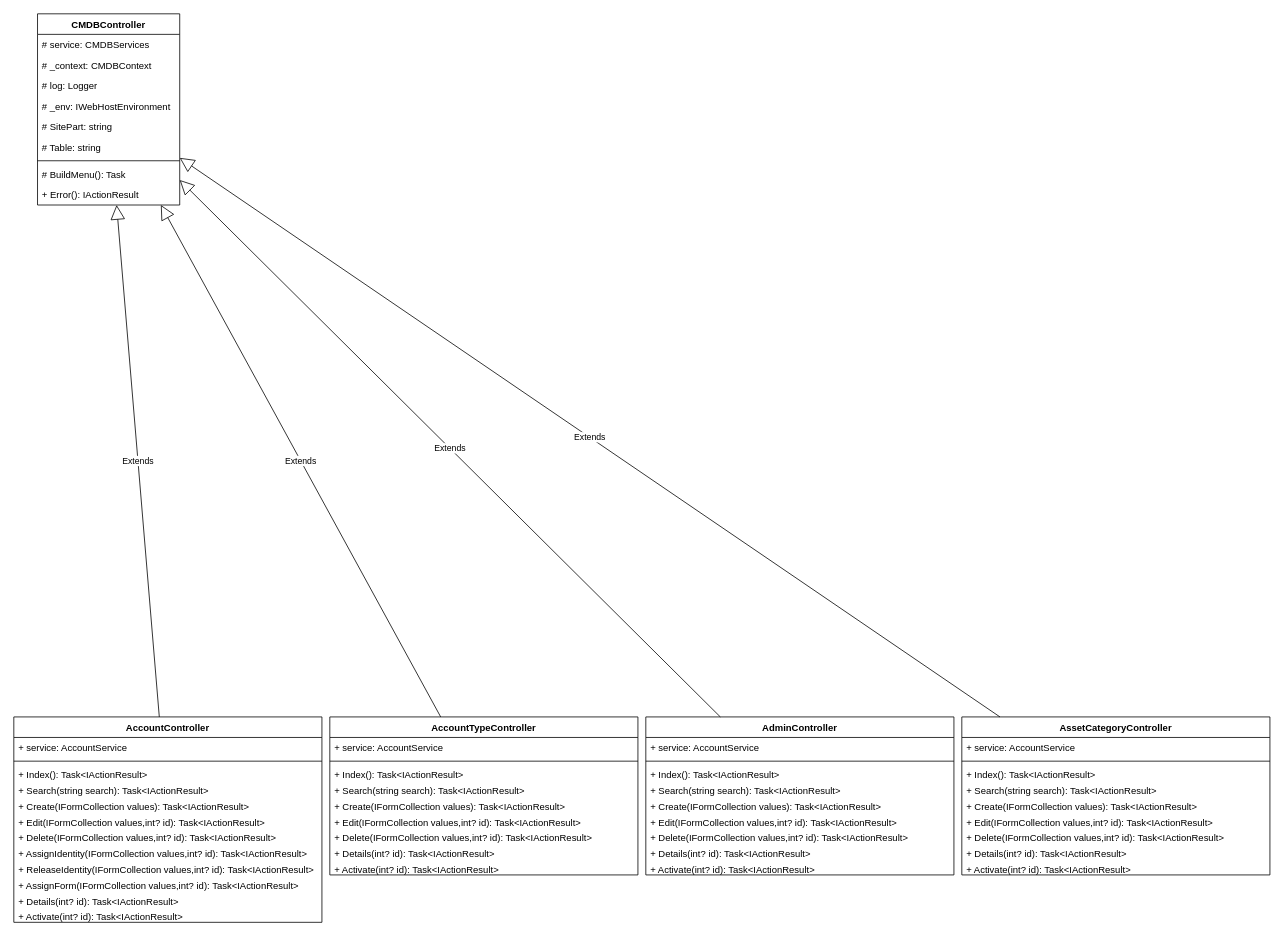
Above: page "Controllers" (3 of 4) of CMDB/CMDB/Documentation/CMDB-Class.drawio in HansColman45/PyCMDB (draw.io), before the change. Source tidied: cells renumbered, new cells numbered last; positions are measured from the earlier drawing's top-left corner, leaving out a move shared by most shapes. Both pictures are drawn from the tidied source at 79%, with x=0, y=0 at pixel (13, 13).
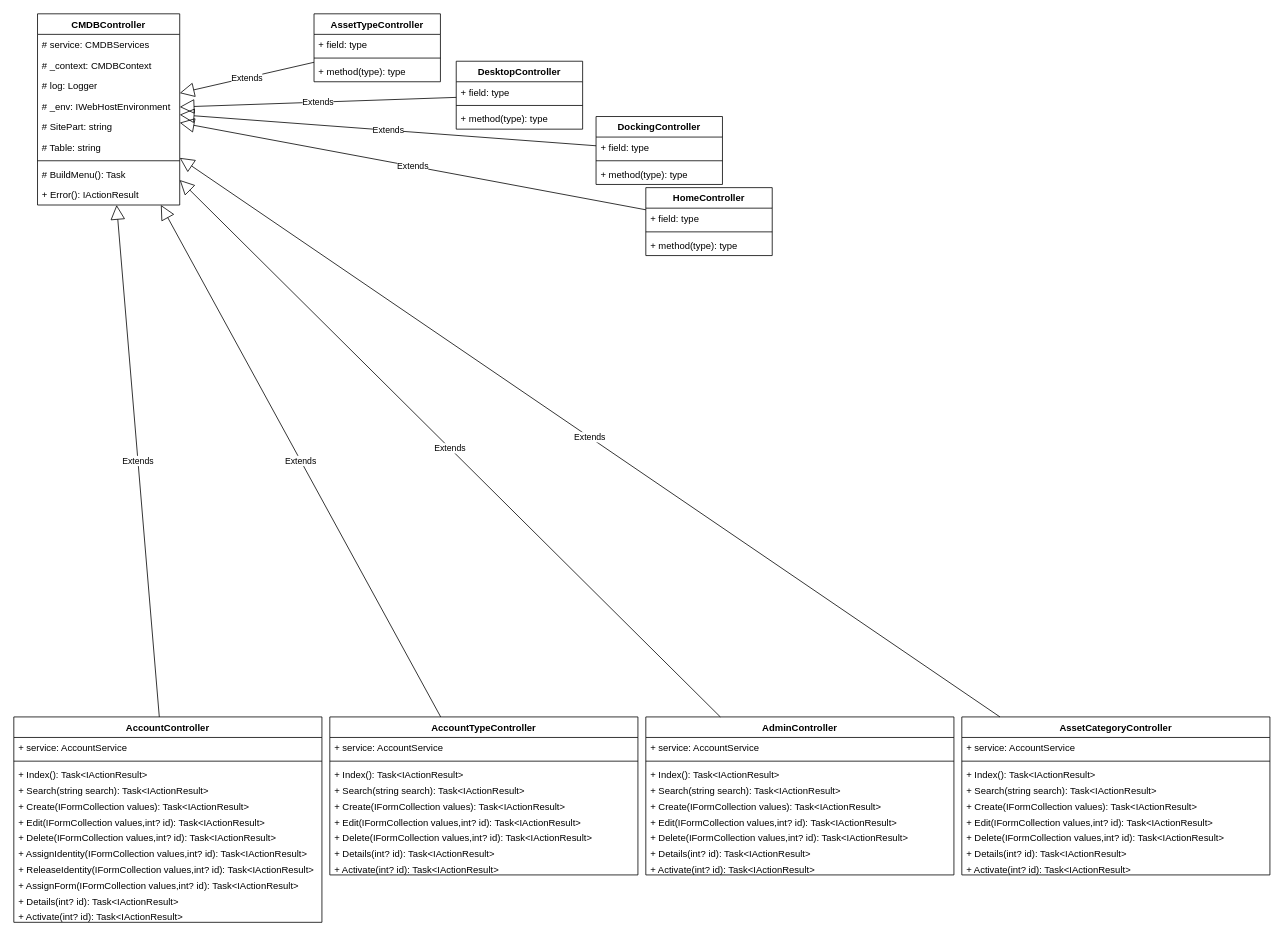
The same page after the edit.

The change refers to these unchanged cells:
```xml
<mxCell id="2" value="CMDBController" style="swimlane;fontStyle=1;align=center;verticalAlign=top;horizontal=1;startSize=26;" parent="1" vertex="1">
  <mxGeometry x="30" width="180" height="242" as="geometry" />
</mxCell>
```

Change to the diagram source:
```diff
@@
+    <mxCell id="59" value="AssetTypeController" style="swimlane;fontStyle=1;align=center;verticalAlign=top;horizontal=1;startSize=26;" parent="1" vertex="1">
+      <mxGeometry x="380" width="160" height="86" as="geometry" />
+    </mxCell>
+    <mxCell id="60" value="+ field: type" style="text;strokeColor=none;fillColor=none;align=left;verticalAlign=top;spacingLeft=4;spacingRight=4;overflow=hidden;" parent="59" vertex="1">
+      <mxGeometry y="26" width="160" height="26" as="geometry" />
+    </mxCell>
+    <mxCell id="61" style="line;strokeWidth=1;fillColor=none;align=left;verticalAlign=middle;spacingTop=-1;spacingLeft=3;spacingRight=3;labelPosition=right;" parent="59" vertex="1">
+      <mxGeometry y="52" width="160" height="8" as="geometry" />
+    </mxCell>
+    <mxCell id="62" value="+ method(type): type" style="text;strokeColor=none;fillColor=none;align=left;verticalAlign=top;spacingLeft=4;spacingRight=4;overflow=hidden;" parent="59" vertex="1">
+      <mxGeometry y="60" width="160" height="26" as="geometry" />
+    </mxCell>
+    <mxCell id="63" value="Extends" style="endArrow=block;endSize=16;endFill=0;html=1;" parent="1" edge="1" source="59" target="2">
+      <mxGeometry relative="1" as="geometry" />
+    </mxCell>
+    <mxCell id="64" value="DesktopController" style="swimlane;fontStyle=1;align=center;verticalAlign=top;horizontal=1;startSize=26;" parent="1" vertex="1">
+      <mxGeometry x="560" y="60" width="160" height="86" as="geometry" />
+    </mxCell>
+    <mxCell id="65" value="+ field: type" style="text;strokeColor=none;fillColor=none;align=left;verticalAlign=top;spacingLeft=4;spacingRight=4;overflow=hidden;" parent="64" vertex="1">
+      <mxGeometry y="26" width="160" height="26" as="geometry" />
+    </mxCell>
+    <mxCell id="66" style="line;strokeWidth=1;fillColor=none;align=left;verticalAlign=middle;spacingTop=-1;spacingLeft=3;spacingRight=3;labelPosition=right;" parent="64" vertex="1">
+      <mxGeometry y="52" width="160" height="8" as="geometry" />
+    </mxCell>
+    <mxCell id="67" value="+ method(type): type" style="text;strokeColor=none;fillColor=none;align=left;verticalAlign=top;spacingLeft=4;spacingRight=4;overflow=hidden;" parent="64" vertex="1">
+      <mxGeometry y="60" width="160" height="26" as="geometry" />
+    </mxCell>
+    <mxCell id="68" value="Extends" style="endArrow=block;endSize=16;endFill=0;html=1;" parent="1" edge="1" source="64" target="2">
+      <mxGeometry relative="1" as="geometry" />
+    </mxCell>
+    <mxCell id="69" value="DockingController" style="swimlane;fontStyle=1;align=center;verticalAlign=top;horizontal=1;startSize=26;" parent="1" vertex="1">
+      <mxGeometry x="737" y="130" width="160" height="86" as="geometry" />
+    </mxCell>
+    <mxCell id="70" value="+ field: type" style="text;strokeColor=none;fillColor=none;align=left;verticalAlign=top;spacingLeft=4;spacingRight=4;overflow=hidden;" parent="69" vertex="1">
+      <mxGeometry y="26" width="160" height="26" as="geometry" />
+    </mxCell>
+    <mxCell id="71" style="line;strokeWidth=1;fillColor=none;align=left;verticalAlign=middle;spacingTop=-1;spacingLeft=3;spacingRight=3;labelPosition=right;" parent="69" vertex="1">
+      <mxGeometry y="52" width="160" height="8" as="geometry" />
+    </mxCell>
+    <mxCell id="72" value="+ method(type): type" style="text;strokeColor=none;fillColor=none;align=left;verticalAlign=top;spacingLeft=4;spacingRight=4;overflow=hidden;" parent="69" vertex="1">
+      <mxGeometry y="60" width="160" height="26" as="geometry" />
+    </mxCell>
+    <mxCell id="73" value="Extends" style="endArrow=block;endSize=16;endFill=0;html=1;" parent="1" edge="1" source="69" target="2">
+      <mxGeometry relative="1" as="geometry" />
+    </mxCell>
+    <mxCell id="74" value="HomeController" style="swimlane;fontStyle=1;align=center;verticalAlign=top;horizontal=1;startSize=26;" parent="1" vertex="1">
+      <mxGeometry x="800" y="220" width="160" height="86" as="geometry" />
+    </mxCell>
+    <mxCell id="75" value="+ field: type" style="text;strokeColor=none;fillColor=none;align=left;verticalAlign=top;spacingLeft=4;spacingRight=4;overflow=hidden;" parent="74" vertex="1">
+      <mxGeometry y="26" width="160" height="26" as="geometry" />
+    </mxCell>
+    <mxCell id="76" style="line;strokeWidth=1;fillColor=none;align=left;verticalAlign=middle;spacingTop=-1;spacingLeft=3;spacingRight=3;labelPosition=right;" parent="74" vertex="1">
+      <mxGeometry y="52" width="160" height="8" as="geometry" />
+    </mxCell>
+    <mxCell id="77" value="+ method(type): type" style="text;strokeColor=none;fillColor=none;align=left;verticalAlign=top;spacingLeft=4;spacingRight=4;overflow=hidden;" parent="74" vertex="1">
+      <mxGeometry y="60" width="160" height="26" as="geometry" />
+    </mxCell>
+    <mxCell id="78" value="Extends" style="endArrow=block;endSize=16;endFill=0;html=1;" parent="1" edge="1" source="74" target="2">
+      <mxGeometry relative="1" as="geometry" />
+    </mxCell>
```
